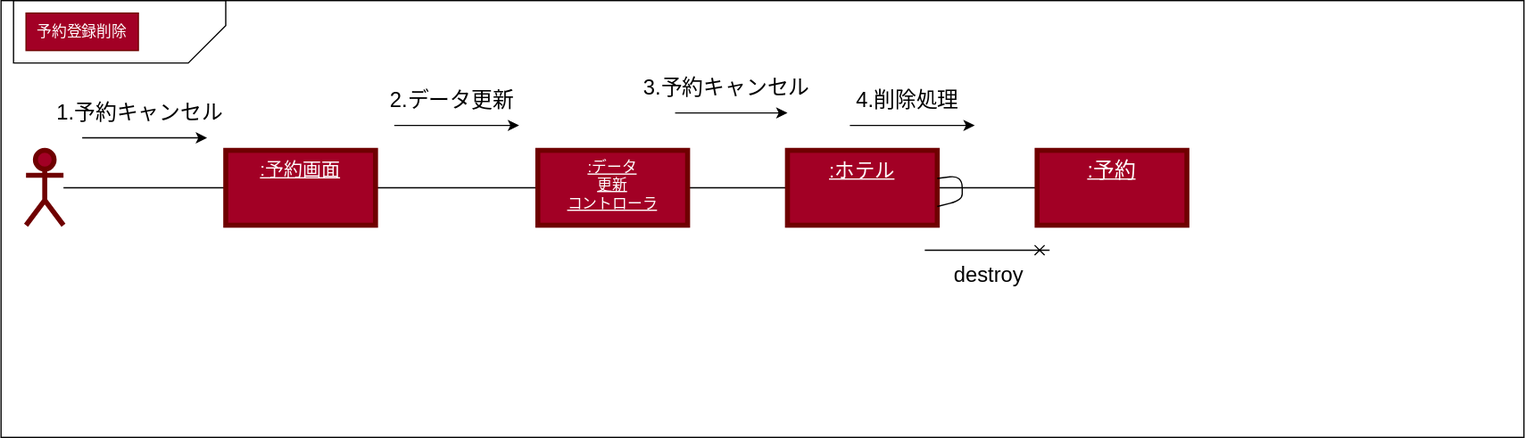
Kuya0307/unl-introduction keeps this draw.io diagram as 演習５/演習５-2_CD_予約登録削除.drawio.svg. Above is the earlier version. Source tidied: cells renumbered, new cells last; positions are measured from the earlier drawing's top-left corner, leaving out a move shared by most shapes.
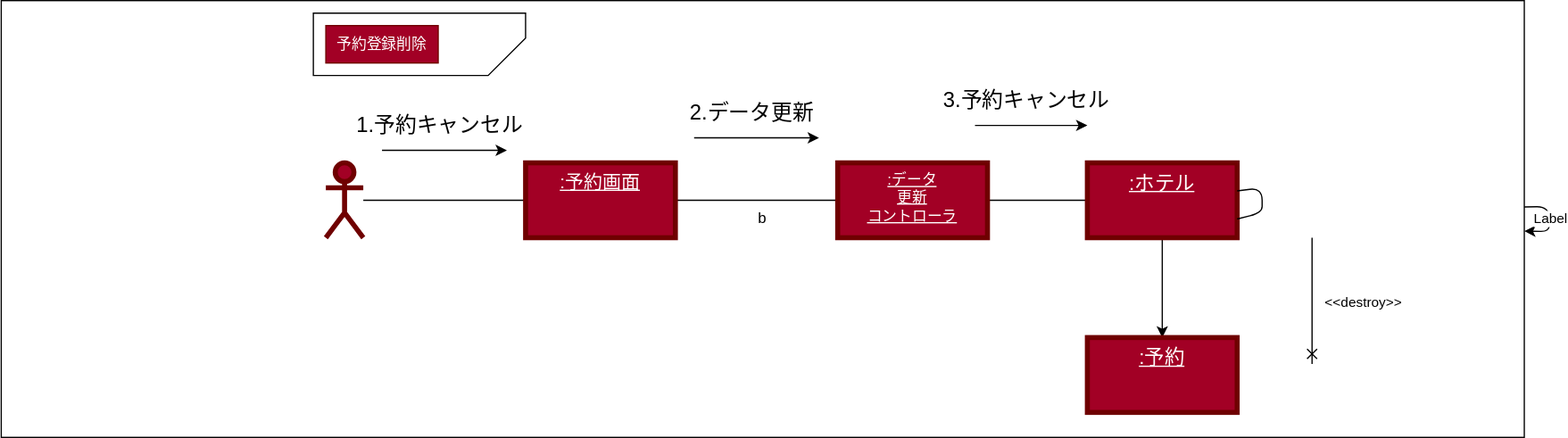
The same diagram one commit later.

The edit, as a diff of the source:
```diff
@@ -2,8 +2,8 @@
   <root>
     <mxCell id="0" />
     <mxCell id="1" parent="0" />
-    <mxCell id="2" style="rounded=0;whiteSpace=wrap;html=1;" parent="1" vertex="1">
-      <mxGeometry width="1220" height="350" as="geometry" />
+    <mxCell id="2" value="b　" style="rounded=0;whiteSpace=wrap;html=1;" parent="1" vertex="1">
+      <mxGeometry x="-240" y="-10" width="1220" height="350" as="geometry" />
     </mxCell>
     <mxCell id="3" style="shape=card;whiteSpace=wrap;html=1;rotation=-180;" parent="1" vertex="1">
       <mxGeometry x="10" width="170" height="50" as="geometry" />
@@ -29,15 +29,12 @@
     <mxCell id="10" value="&lt;u&gt;:データ&lt;br&gt;更新&lt;br&gt;コントローラ&lt;/u&gt;" style="whiteSpace=wrap;html=1;verticalAlign=top;fillColor=#a20025;strokeColor=#6F0000;fontColor=#ffffff;strokeWidth=4;" parent="1" vertex="1">
       <mxGeometry x="430" y="120" width="120" height="60" as="geometry" />
     </mxCell>
-    <mxCell id="11" style="edgeStyle=none;html=1;fontSize=16;endArrow=none;endFill=0;" parent="1" edge="1" source="12" target="13">
-      <mxGeometry relative="1" as="geometry" />
-    </mxCell>
+    <mxCell id="25" style="edgeStyle=none;html=1;" parent="1" edge="1" source="12" target="24">
+      <mxGeometry relative="1" as="geometry" />
+    </mxCell>
     <mxCell id="12" value="&lt;span style=&quot;font-size: 16px;&quot;&gt;&lt;u&gt;:ホテル&lt;/u&gt;&lt;/span&gt;" style="whiteSpace=wrap;html=1;verticalAlign=top;fillColor=#a20025;strokeColor=#6F0000;fontColor=#ffffff;strokeWidth=4;" parent="1" vertex="1">
       <mxGeometry x="630" y="120" width="120" height="60" as="geometry" />
     </mxCell>
-    <mxCell id="13" value="&lt;span style=&quot;font-size: 17px;&quot;&gt;&lt;u&gt;:予約&lt;/u&gt;&lt;/span&gt;" style="whiteSpace=wrap;html=1;verticalAlign=top;fillColor=#a20025;strokeColor=#6F0000;fontColor=#ffffff;strokeWidth=4;" parent="1" vertex="1">
-      <mxGeometry x="830" y="120" width="120" height="60" as="geometry" />
-    </mxCell>
     <mxCell id="14" style="endArrow=classic;html=1;fontSize=17;" parent="1" edge="1">
       <mxGeometry relative="1" as="geometry">
         <mxPoint x="65" y="110" as="sourcePoint" />
@@ -71,30 +68,28 @@
         <mxPoint x="-5" y="-20" as="offset" />
       </mxGeometry>
     </mxCell>
-    <mxCell id="20" style="endArrow=classic;html=1;fontSize=17;" parent="1" edge="1">
-      <mxGeometry relative="1" as="geometry">
-        <mxPoint x="680" y="100" as="sourcePoint" />
-        <mxPoint x="780" y="100" as="targetPoint" />
-      </mxGeometry>
-    </mxCell>
-    <mxCell id="21" value="4.削除処理" style="edgeLabel;html=1;align=center;verticalAlign=middle;strokeWidth=4;fontSize=17;" parent="20" vertex="1">
-      <mxGeometry relative="1" as="geometry">
-        <mxPoint x="-5" y="-20" as="offset" />
-      </mxGeometry>
-    </mxCell>
-    <mxCell id="22" style="endArrow=cross;html=1;fontSize=17;endFill=0;startArrow=none;startFill=0;" parent="1" edge="1">
-      <mxGeometry relative="1" as="geometry">
-        <mxPoint x="740" y="200" as="sourcePoint" />
-        <mxPoint x="840" y="200" as="targetPoint" />
-      </mxGeometry>
-    </mxCell>
-    <mxCell id="23" value="destroy" style="edgeLabel;html=1;align=center;verticalAlign=middle;strokeWidth=4;fontSize=17;" parent="22" vertex="1">
-      <mxGeometry relative="1" as="geometry">
-        <mxPoint y="20" as="offset" />
-      </mxGeometry>
-    </mxCell>
-    <mxCell id="24" style="edgeStyle=none;html=1;entryX=1;entryY=0.75;entryDx=0;entryDy=0;endArrow=none;endFill=0;" parent="1" edge="1" source="12" target="12">
-      <mxGeometry relative="1" as="geometry" />
+    <mxCell id="24" value="&lt;span style=&quot;font-size: 16px;&quot;&gt;&lt;u&gt;:予約&lt;/u&gt;&lt;/span&gt;" style="whiteSpace=wrap;html=1;verticalAlign=top;fillColor=#a20025;strokeColor=#6F0000;fontColor=#ffffff;strokeWidth=4;" parent="1" vertex="1">
+      <mxGeometry x="630" y="260" width="120" height="60" as="geometry" />
     </mxCell>
+    <mxCell id="26" style="edgeStyle=none;html=1;entryX=1;entryY=0.75;entryDx=0;entryDy=0;endArrow=none;endFill=0;" parent="1" edge="1" source="12" target="12">
+      <mxGeometry relative="1" as="geometry" />
+    </mxCell>
+    <mxCell id="27" style="endArrow=classic;html=1;" parent="1" edge="1" source="2" target="2">
+      <mxGeometry relative="1" as="geometry" />
+    </mxCell>
+    <mxCell id="28" value="Label" style="edgeLabel;html=1;align=center;verticalAlign=middle;" parent="27" vertex="1">
+      <mxGeometry relative="1" as="geometry" />
+    </mxCell>
+    <mxCell id="29" style="endArrow=cross;html=1;endFill=0;" parent="1" edge="1">
+      <mxGeometry relative="1" as="geometry">
+        <mxPoint x="810" y="180" as="sourcePoint" />
+        <mxPoint x="810" y="281.1" as="targetPoint" />
+      </mxGeometry>
+    </mxCell>
+    <mxCell id="30" value="&amp;lt;&amp;lt;destroy&amp;gt;&amp;gt;" style="edgeLabel;html=1;align=center;verticalAlign=middle;" parent="29" vertex="1">
+      <mxGeometry relative="1" as="geometry">
+        <mxPoint x="40" as="offset" />
+      </mxGeometry>
+    </mxCell>
   </root>
 </mxGraphModel>
```
